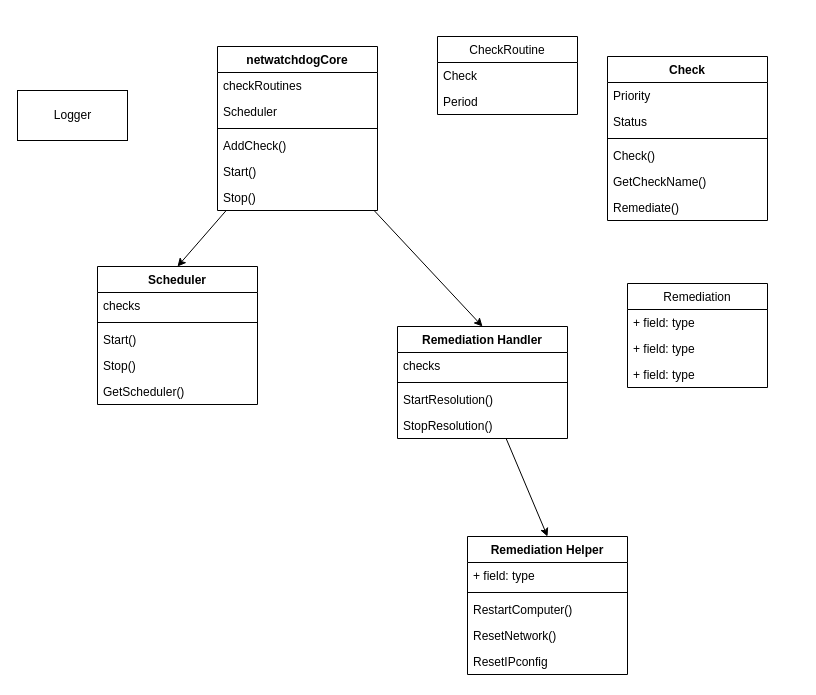
Lunal98/netwatchdog keeps this draw.io diagram as docs/design.drawio. Above is the earlier version. Source tidied: cells renumbered, new cells numbered last; positions are measured from the earlier drawing's top-left corner, leaving out a move shared by most shapes. Both pictures are drawn from the tidied source at 100%, with x=0, y=0 at pixel (17, 36).
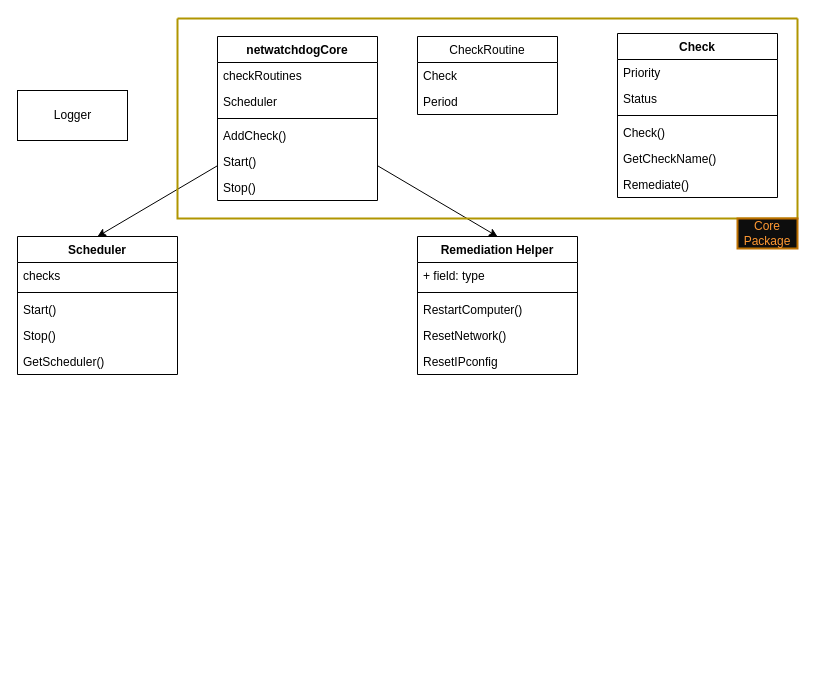
After the change.

What changed in the source:
```diff
@@
     <mxCell id="2" value="Scheduler" style="swimlane;fontStyle=1;align=center;verticalAlign=top;horizontal=1;startSize=26;" parent="1" vertex="1">
-      <mxGeometry x="80" y="230" width="160" height="138" as="geometry" />
+      <mxGeometry y="200" width="160" height="138" as="geometry" />
     </mxCell>
@@
     <mxCell id="8" value="Check" style="swimlane;fontStyle=1;align=center;verticalAlign=top;horizontal=1;startSize=26;" parent="1" vertex="1">
-      <mxGeometry x="590" y="20" width="160" height="164" as="geometry" />
+      <mxGeometry x="600" y="-3" width="160" height="164" as="geometry" />
     </mxCell>
@@
-    <mxCell id="16" style="edgeStyle=none;html=1;entryX=0.5;entryY=0;entryDx=0;entryDy=0;" parent="1" edge="1" source="17" target="26">
+    <mxCell id="16" style="edgeStyle=none;html=1;entryX=0.5;entryY=0;entryDx=0;entryDy=0;" parent="1" edge="1" source="17" target="31">
       <mxGeometry relative="1" as="geometry" />
     </mxCell>
     <mxCell id="17" value="netwatchdogCore" style="swimlane;fontStyle=1;align=center;verticalAlign=top;horizontal=1;startSize=26;" parent="1" vertex="1">
-      <mxGeometry x="200" y="10" width="160" height="164" as="geometry" />
+      <mxGeometry x="200" width="160" height="164" as="geometry" />
     </mxCell>
@@
-    <mxCell id="25" style="edgeStyle=none;html=1;entryX=0.5;entryY=0;entryDx=0;entryDy=0;" parent="1" edge="1" source="26" target="31">
-      <mxGeometry relative="1" as="geometry" />
-    </mxCell>
-    <mxCell id="26" value="Remediation Handler" style="swimlane;fontStyle=1;align=center;verticalAlign=top;horizontal=1;startSize=26;" parent="1" vertex="1">
-      <mxGeometry x="380" y="290" width="170" height="112" as="geometry" />
-    </mxCell>
-    <mxCell id="27" value="checks" style="text;strokeColor=none;fillColor=none;align=left;verticalAlign=top;spacingLeft=4;spacingRight=4;overflow=hidden;" parent="26" vertex="1">
-      <mxGeometry y="26" width="170" height="26" as="geometry" />
-    </mxCell>
-    <mxCell id="28" style="line;strokeWidth=1;fillColor=none;align=left;verticalAlign=middle;spacingTop=-1;spacingLeft=3;spacingRight=3;labelPosition=right;strokeColor=inherit;" parent="26" vertex="1">
-      <mxGeometry y="52" width="170" height="8" as="geometry" />
-    </mxCell>
-    <mxCell id="29" value="StartResolution()" style="text;strokeColor=none;fillColor=none;align=left;verticalAlign=top;spacingLeft=4;spacingRight=4;overflow=hidden;" parent="26" vertex="1">
-      <mxGeometry y="60" width="170" height="26" as="geometry" />
-    </mxCell>
-    <mxCell id="30" value="StopResolution()" style="text;strokeColor=none;fillColor=none;align=left;verticalAlign=top;spacingLeft=4;spacingRight=4;overflow=hidden;" parent="26" vertex="1">
-      <mxGeometry y="86" width="170" height="26" as="geometry" />
-    </mxCell>
     <mxCell id="31" value="Remediation Helper" style="swimlane;fontStyle=1;align=center;verticalAlign=top;horizontal=1;startSize=26;" parent="1" vertex="1">
-      <mxGeometry x="450" y="500" width="160" height="138" as="geometry" />
+      <mxGeometry x="400" y="200" width="160" height="138" as="geometry" />
     </mxCell>
@@
-    <mxCell id="37" value="Remediation" style="swimlane;fontStyle=0;horizontal=1;startSize=26;fillColor=none;" parent="1" vertex="1">
-      <mxGeometry x="610" y="247" width="140" height="104" as="geometry" />
-    </mxCell>
-    <mxCell id="38" value="+ field: type" style="text;strokeColor=none;fillColor=none;align=left;verticalAlign=top;spacingLeft=4;spacingRight=4;overflow=hidden;" parent="37" vertex="1">
-      <mxGeometry y="26" width="140" height="26" as="geometry" />
-    </mxCell>
-    <mxCell id="39" value="+ field: type" style="text;strokeColor=none;fillColor=none;align=left;verticalAlign=top;spacingLeft=4;spacingRight=4;overflow=hidden;" parent="37" vertex="1">
-      <mxGeometry y="52" width="140" height="26" as="geometry" />
-    </mxCell>
-    <mxCell id="40" value="+ field: type" style="text;strokeColor=none;fillColor=none;align=left;verticalAlign=top;spacingLeft=4;spacingRight=4;overflow=hidden;" parent="37" vertex="1">
-      <mxGeometry y="78" width="140" height="26" as="geometry" />
-    </mxCell>
     <mxCell id="41" value="CheckRoutine" style="swimlane;fontStyle=0;horizontal=1;startSize=26;fillColor=none;" parent="1" vertex="1">
-      <mxGeometry x="420" width="140" height="78" as="geometry" />
+      <mxGeometry x="400" width="140" height="78" as="geometry" />
     </mxCell>
@@
+    <mxCell id="44" style="swimlane;startSize=0;fillColor=#e3c800;fontColor=#000000;strokeColor=#B09500;strokeWidth=2;" parent="1" vertex="1">
+      <mxGeometry x="160" y="-18" width="620" height="200" as="geometry" />
+    </mxCell>
+    <mxCell id="45" value="Core Package" style="text;html=1;strokeColor=#BD7000;fillColor=#0D0D0D;align=center;verticalAlign=middle;whiteSpace=wrap;rounded=0;strokeWidth=2;fontColor=#FF9933;" parent="1" vertex="1">
+      <mxGeometry x="720" y="182" width="60" height="30" as="geometry" />
+    </mxCell>
```
